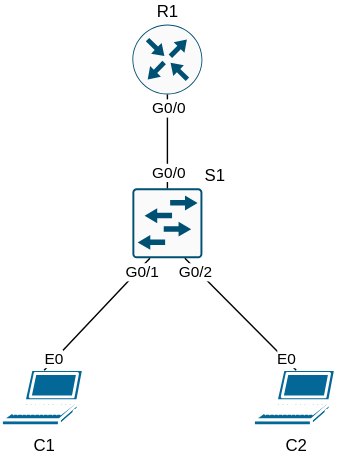
The draw.io diagram modules/services/dhcp/dhcp-basic/topology/diagram.svg in ackindelt-cyber/ackindelt-networking-cml, before a commit. Source tidied: cells renumbered, new cells last; positions are measured from the earlier drawing's top-left corner, leaving out a move shared by most shapes.
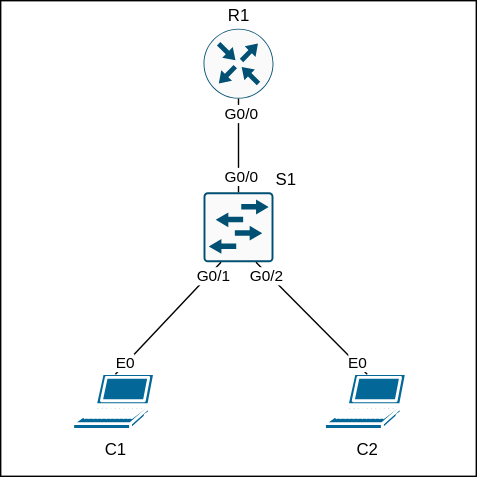
The same diagram one commit later.

The edit, as a diff of the source:
```diff
@@ -2,6 +2,9 @@
   <root>
     <mxCell id="0" />
     <mxCell id="1" parent="0" />
+    <mxCell id="15" style="whiteSpace=wrap;html=1;" parent="1" vertex="1">
+      <mxGeometry x="-52" y="-20" width="340" height="340" as="geometry" />
+    </mxCell>
     <mxCell id="2" value="C1" style="sketch=0;html=1;dashed=0;fillColor=#036897;strokeColor=#ffffff;strokeWidth=2;verticalLabelPosition=bottom;verticalAlign=top;align=center;outlineConnect=0;shape=mxgraph.cisco.computers_and_peripherals.laptop;" parent="1" vertex="1">
       <mxGeometry y="247" width="60" height="40" as="geometry" />
     </mxCell>
```
